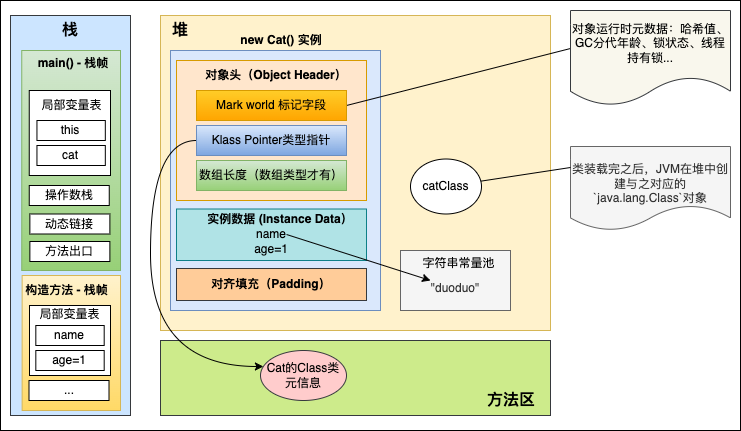
lihongyiyi/tech-visuals keeps this draw.io diagram as java/jvm/JVM创建对象 - 对象头布局.drawio.png. Above is the earlier version. Source tidied: cells renumbered, new cells last; positions are measured from the earlier drawing's top-left corner, leaving out a move shared by most shapes.
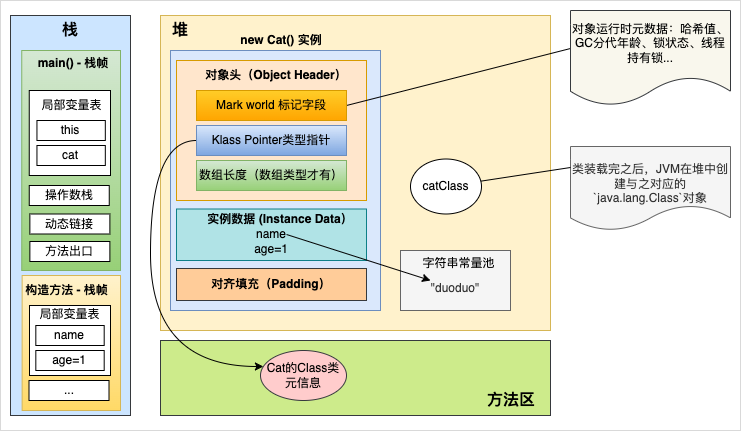
Later version of the same file.

Commit message:
更新JVM创建对象 - 对象头布局.drawio.png

Diff of the diagram source:
```diff
@@ -2,7 +2,7 @@
   <root>
     <mxCell id="0" />
     <mxCell id="1" parent="0" />
-    <mxCell id="2" style="rounded=0;whiteSpace=wrap;html=1;" parent="1" vertex="1">
+    <mxCell id="2" style="rounded=0;whiteSpace=wrap;html=1;strokeColor=#d9d9d9;" parent="1" vertex="1">
       <mxGeometry width="740" height="430" as="geometry" />
     </mxCell>
     <mxCell id="3" style="rounded=0;whiteSpace=wrap;html=1;fillColor=#cce5ff;strokeColor=#36393d;" parent="1" vertex="1">
```
